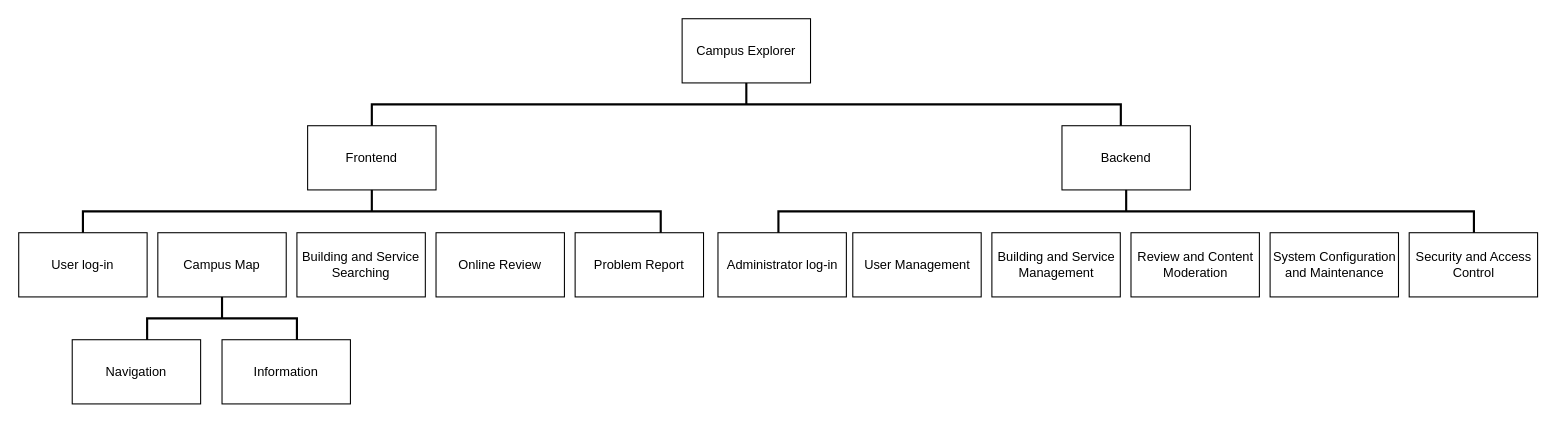
Before: 未命名绘图.drawio in Thea-xy/ddp_pma, a draw.io diagram. Source tidied: cells renumbered, new cells numbered last; positions are measured from the earlier drawing's top-left corner, leaving out a move shared by most shapes. Both pictures are drawn from the tidied source at 107%, with x=0, y=0 at pixel (18, 18).
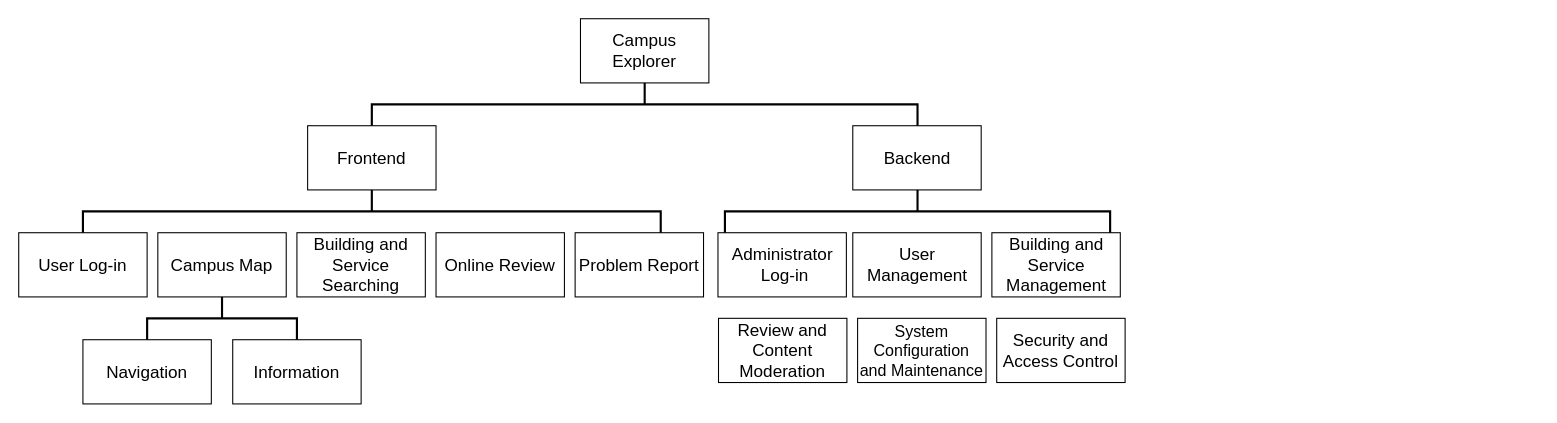
After the change.

Diff of the diagram source:
```diff
@@
-    <mxCell id="2" value="Campus Explorer" style="rounded=0;whiteSpace=wrap;html=1;" parent="1" vertex="1">
-      <mxGeometry x="620" width="120" height="60" as="geometry" />
+    <mxCell id="2" value="Campus Explorer" style="rounded=0;whiteSpace=wrap;html=1;fontFamily=Helvetica;fontSize=16;" parent="1" vertex="1">
+      <mxGeometry x="525" width="120" height="60" as="geometry" />
     </mxCell>
-    <mxCell id="3" value="Frontend" style="rounded=0;whiteSpace=wrap;html=1;" parent="1" vertex="1">
+    <mxCell id="3" value="Frontend" style="rounded=0;whiteSpace=wrap;html=1;fontFamily=Helvetica;fontSize=16;" parent="1" vertex="1">
       <mxGeometry x="270" y="100" width="120" height="60" as="geometry" />
     </mxCell>
-    <mxCell id="4" value="Backend" style="rounded=0;whiteSpace=wrap;html=1;" parent="1" vertex="1">
-      <mxGeometry x="975" y="100" width="120" height="60" as="geometry" />
+    <mxCell id="4" value="Backend" style="rounded=0;whiteSpace=wrap;html=1;fontFamily=Helvetica;fontSize=16;" parent="1" vertex="1">
+      <mxGeometry x="779.5" y="100" width="120" height="60" as="geometry" />
     </mxCell>
-    <mxCell id="5" value="User log-in" style="rounded=0;whiteSpace=wrap;html=1;" parent="1" vertex="1">
+    <mxCell id="5" value="User Log-in" style="rounded=0;whiteSpace=wrap;html=1;fontFamily=Helvetica;fontSize=16;" parent="1" vertex="1">
       <mxGeometry y="200" width="120" height="60" as="geometry" />
     </mxCell>
-    <mxCell id="6" value="Administrator&amp;nbsp;log-in" style="rounded=0;whiteSpace=wrap;html=1;" parent="1" vertex="1">
+    <mxCell id="6" value="Administrator&lt;br&gt;&amp;nbsp;Log-in" style="rounded=0;whiteSpace=wrap;html=1;fontFamily=Helvetica;fontSize=16;" parent="1" vertex="1">
       <mxGeometry x="653.5" y="200" width="120" height="60" as="geometry" />
     </mxCell>
-    <mxCell id="7" value="Campus Map" style="rounded=0;whiteSpace=wrap;html=1;" parent="1" vertex="1">
+    <mxCell id="7" value="Campus Map" style="rounded=0;whiteSpace=wrap;html=1;fontFamily=Helvetica;fontSize=16;" parent="1" vertex="1">
       <mxGeometry x="130" y="200" width="120" height="60" as="geometry" />
     </mxCell>
-    <mxCell id="8" value="User Management" style="rounded=0;whiteSpace=wrap;html=1;" parent="1" vertex="1">
+    <mxCell id="8" value="User Management" style="rounded=0;whiteSpace=wrap;html=1;fontFamily=Helvetica;fontSize=16;" parent="1" vertex="1">
       <mxGeometry x="779.5" y="200" width="120" height="60" as="geometry" />
     </mxCell>
-    <mxCell id="9" value="Building and Service Management" style="rounded=0;whiteSpace=wrap;html=1;" parent="1" vertex="1">
+    <mxCell id="9" value="Building and Service Management" style="rounded=0;whiteSpace=wrap;html=1;fontFamily=Helvetica;fontSize=16;" parent="1" vertex="1">
       <mxGeometry x="909.5" y="200" width="120" height="60" as="geometry" />
     </mxCell>
-    <mxCell id="10" value="Review and Content Moderation" style="rounded=0;whiteSpace=wrap;html=1;" parent="1" vertex="1">
-      <mxGeometry x="1039.5" y="200" width="120" height="60" as="geometry" />
+    <mxCell id="10" value="Review and Content Moderation" style="rounded=0;whiteSpace=wrap;html=1;fontFamily=Helvetica;fontSize=16;" parent="1" vertex="1">
+      <mxGeometry x="654" y="280" width="120" height="60" as="geometry" />
     </mxCell>
-    <mxCell id="11" value="System Configuration and Maintenance" style="rounded=0;whiteSpace=wrap;html=1;" parent="1" vertex="1">
-      <mxGeometry x="1169.5" y="200" width="120" height="60" as="geometry" />
+    <mxCell id="11" value="System Configuration and Maintenance" style="rounded=0;whiteSpace=wrap;html=1;fontFamily=Helvetica;fontSize=15;" parent="1" vertex="1">
+      <mxGeometry x="784" y="280" width="120" height="60" as="geometry" />
     </mxCell>
-    <mxCell id="12" value="Security and Access Control" style="rounded=0;whiteSpace=wrap;html=1;" parent="1" vertex="1">
-      <mxGeometry x="1299.5" y="200" width="120" height="60" as="geometry" />
+    <mxCell id="12" value="Security and Access Control" style="rounded=0;whiteSpace=wrap;html=1;fontFamily=Helvetica;fontSize=16;" parent="1" vertex="1">
+      <mxGeometry x="914" y="280" width="120" height="60" as="geometry" />
     </mxCell>
-    <mxCell id="13" value="Navigation" style="rounded=0;whiteSpace=wrap;html=1;" parent="1" vertex="1">
-      <mxGeometry x="50" y="300" width="120" height="60" as="geometry" />
+    <mxCell id="13" value="Navigation" style="rounded=0;whiteSpace=wrap;html=1;fontFamily=Helvetica;fontSize=16;" parent="1" vertex="1">
+      <mxGeometry x="60" y="300" width="120" height="60" as="geometry" />
     </mxCell>
-    <mxCell id="14" value="Information" style="rounded=0;whiteSpace=wrap;html=1;" parent="1" vertex="1">
-      <mxGeometry x="190" y="300" width="120" height="60" as="geometry" />
+    <mxCell id="14" value="Information" style="rounded=0;whiteSpace=wrap;html=1;fontFamily=Helvetica;fontSize=16;" parent="1" vertex="1">
+      <mxGeometry x="200" y="300" width="120" height="60" as="geometry" />
     </mxCell>
-    <mxCell id="15" value="Building and Service Searching" style="rounded=0;whiteSpace=wrap;html=1;" parent="1" vertex="1">
+    <mxCell id="15" value="Building and Service Searching" style="rounded=0;whiteSpace=wrap;html=1;fontFamily=Helvetica;fontSize=16;" parent="1" vertex="1">
       <mxGeometry x="260" y="200" width="120" height="60" as="geometry" />
     </mxCell>
-    <mxCell id="16" value="Online Review" style="rounded=0;whiteSpace=wrap;html=1;" parent="1" vertex="1">
+    <mxCell id="16" value="Online Review" style="rounded=0;whiteSpace=wrap;html=1;fontFamily=Helvetica;fontSize=16;" parent="1" vertex="1">
       <mxGeometry x="390" y="200" width="120" height="60" as="geometry" />
     </mxCell>
-    <mxCell id="17" value="Problem Report" style="rounded=0;whiteSpace=wrap;html=1;" parent="1" vertex="1">
+    <mxCell id="17" value="Problem Report" style="rounded=0;whiteSpace=wrap;html=1;fontFamily=Helvetica;fontSize=16;" parent="1" vertex="1">
       <mxGeometry x="520" y="200" width="120" height="60" as="geometry" />
     </mxCell>
-    <mxCell id="18" style="strokeWidth=2;html=1;shape=mxgraph.flowchart.annotation_2;align=left;labelPosition=right;direction=south;" parent="1" vertex="1">
-      <mxGeometry x="330" y="60" width="700" height="40" as="geometry" />
+    <mxCell id="18" style="strokeWidth=2;html=1;shape=mxgraph.flowchart.annotation_2;align=left;labelPosition=right;direction=south;fontFamily=Helvetica;fontSize=16;" parent="1" vertex="1">
+      <mxGeometry x="330" y="60" width="510" height="40" as="geometry" />
     </mxCell>
-    <mxCell id="19" style="strokeWidth=2;html=1;shape=mxgraph.flowchart.annotation_2;align=left;labelPosition=right;direction=south;" parent="1" vertex="1">
+    <mxCell id="19" style="strokeWidth=2;html=1;shape=mxgraph.flowchart.annotation_2;align=left;labelPosition=right;direction=south;fontFamily=Helvetica;fontSize=16;" parent="1" vertex="1">
       <mxGeometry x="60" y="160" width="540" height="40" as="geometry" />
     </mxCell>
-    <mxCell id="20" style="strokeWidth=2;html=1;shape=mxgraph.flowchart.annotation_2;align=left;labelPosition=right;direction=south;" parent="1" vertex="1">
+    <mxCell id="20" style="strokeWidth=2;html=1;shape=mxgraph.flowchart.annotation_2;align=left;labelPosition=right;direction=south;fontFamily=Helvetica;fontSize=16;" parent="1" vertex="1">
       <mxGeometry x="120" y="260" width="140" height="40" as="geometry" />
     </mxCell>
-    <mxCell id="21" style="strokeWidth=2;html=1;shape=mxgraph.flowchart.annotation_2;align=left;labelPosition=right;direction=south;" parent="1" vertex="1">
-      <mxGeometry x="710" y="160" width="650" height="40" as="geometry" />
+    <mxCell id="21" style="strokeWidth=2;html=1;shape=mxgraph.flowchart.annotation_2;align=left;labelPosition=right;direction=south;fontFamily=Helvetica;fontSize=16;" parent="1" vertex="1">
+      <mxGeometry x="660" y="160" width="360" height="40" as="geometry" />
     </mxCell>
```
